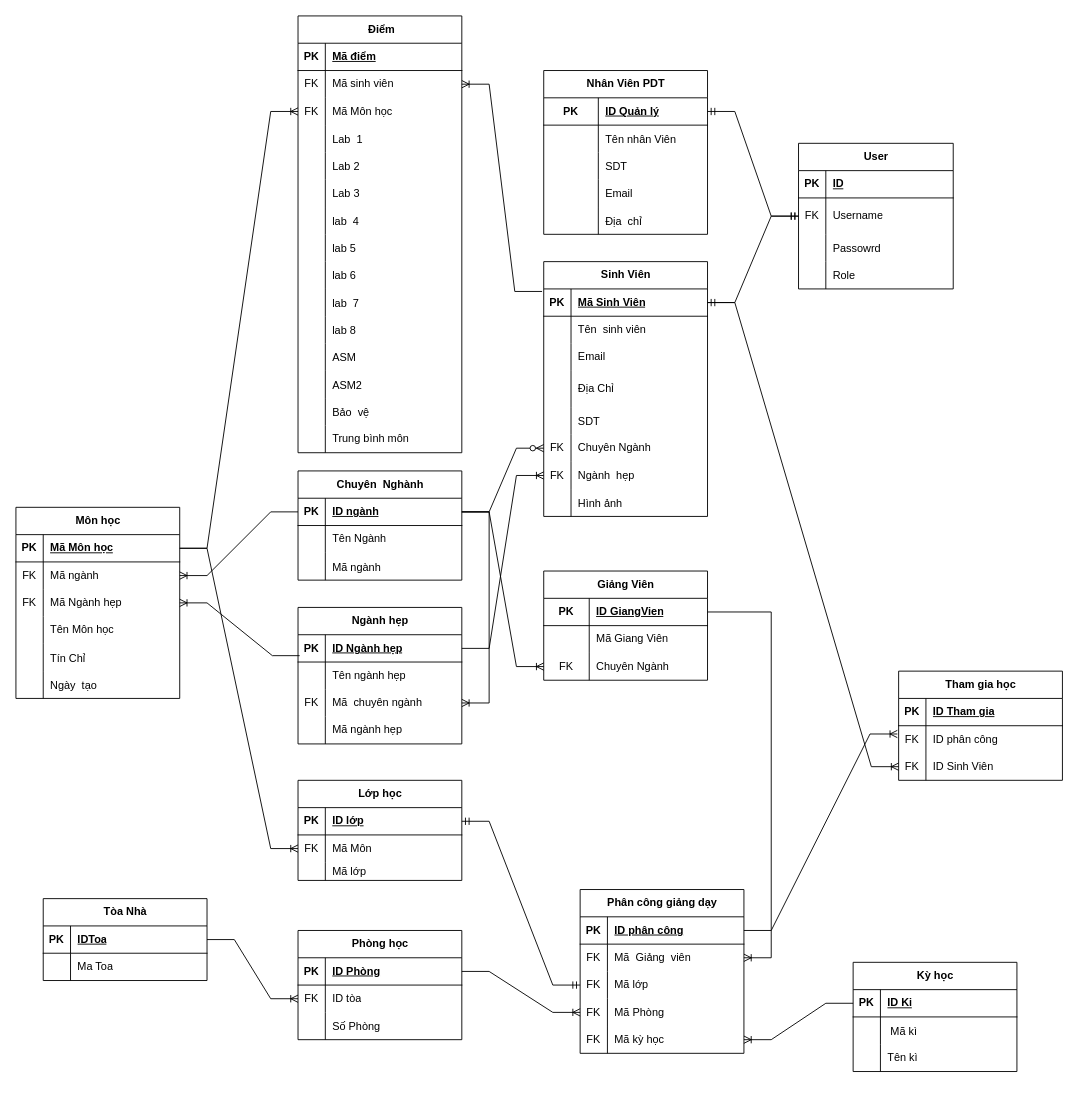
Earlier version of the draw.io diagram ASM_Java3/abc.drawio (Whitechan2077/SOF203). Source tidied: cells renumbered, new cells numbered last; positions are measured from the earlier drawing's top-left corner, leaving out a move shared by most shapes. Both pictures are drawn from the tidied source at 91%, with x=0, y=0 at pixel (15, 15).
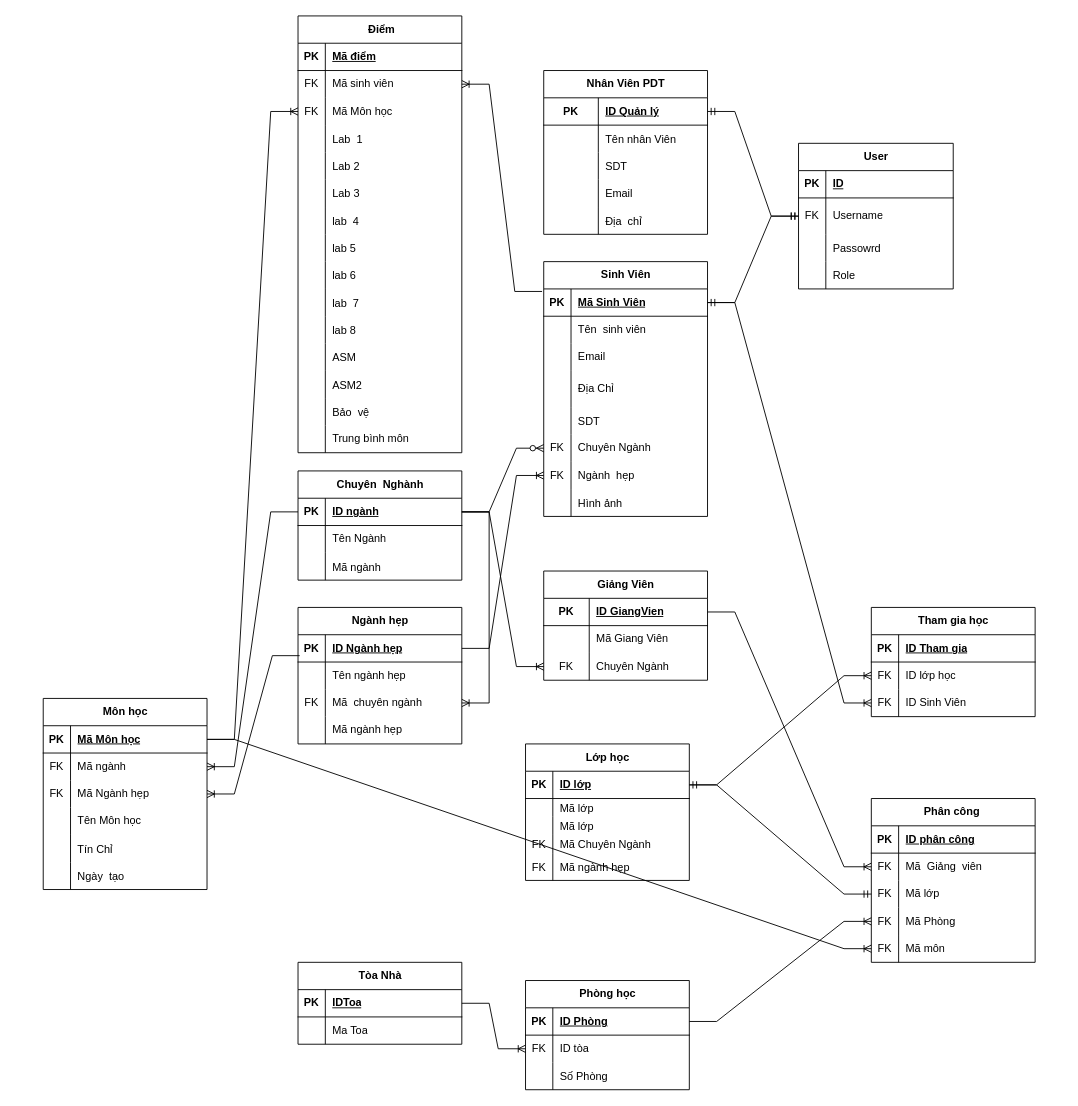
The same page after the edit.

The change refers to these unchanged cells:
```xml
<mxCell id="111" style="shape=tableRow;horizontal=0;startSize=0;swimlaneHead=0;swimlaneBody=0;fillColor=none;points=[[0,0.5],[1,0.5]];portConstraint=eastwest;top=0;left=0;right=0;bottom=1;" parent="110" vertex="1">
  <mxGeometry y="30" width="180" height="30" as="geometry" />
</mxCell>
<mxCell id="151" style="shape=tableRow;horizontal=0;startSize=0;swimlaneHead=0;swimlaneBody=0;fillColor=none;points=[[0,0.5],[1,0.5]];portConstraint=eastwest;top=0;left=0;right=0;bottom=1;" parent="150" vertex="1">
  <mxGeometry y="30" width="180" height="30" as="geometry" />
</mxCell>
<mxCell id="191" style="shape=tableRow;horizontal=0;startSize=0;swimlaneHead=0;swimlaneBody=0;fillColor=none;points=[[0,0.5],[1,0.5]];portConstraint=eastwest;top=0;left=0;right=0;bottom=1;" parent="190" vertex="1">
  <mxGeometry y="30" width="180" height="30" as="geometry" />
</mxCell>
<mxCell id="203" style="shape=tableRow;horizontal=0;startSize=0;swimlaneHead=0;swimlaneBody=0;fillColor=none;points=[[0,0.5],[1,0.5]];portConstraint=eastwest;top=0;left=0;right=0;bottom=0;" parent="190" vertex="1">
  <mxGeometry y="150" width="180" height="30" as="geometry" />
</mxCell>
<mxCell id="224" style="shape=tableRow;horizontal=0;startSize=0;swimlaneHead=0;swimlaneBody=0;fillColor=none;points=[[0,0.5],[1,0.5]];portConstraint=eastwest;top=0;left=0;right=0;bottom=0;" parent="220" vertex="1">
  <mxGeometry y="60" width="180" height="30" as="geometry" />
</mxCell>
```

What changed in the source:
```diff
@@
     <mxCell id="110" value="Môn học" style="shape=table;startSize=30;childLayout=tableLayout;rowLines=0;fontStyle=1;align=center;html=1;" parent="1" vertex="1">
-      <mxGeometry y="540" width="180" height="210" as="geometry" />
+      <mxGeometry x="30" y="750" width="180" height="210" as="geometry" />
     </mxCell>
@@
     <mxCell id="132" value="Tòa Nhà" style="shape=table;startSize=30;childLayout=tableLayout;rowLines=0;fontStyle=1;align=center;html=1;" parent="1" vertex="1">
-      <mxGeometry x="30" y="970" width="180" height="90" as="geometry" />
+      <mxGeometry x="310" y="1040" width="180" height="90" as="geometry" />
     </mxCell>
@@
     <mxCell id="139" value="Phòng học" style="shape=table;startSize=30;childLayout=tableLayout;rowLines=0;fontStyle=1;align=center;html=1;" parent="1" vertex="1">
-      <mxGeometry x="310" y="1005" width="180" height="120" as="geometry" />
+      <mxGeometry x="560" y="1060" width="180" height="120" as="geometry" />
     </mxCell>
@@
     <mxCell id="150" value="Lớp học" style="shape=table;startSize=30;childLayout=tableLayout;rowLines=0;fontStyle=1;align=center;html=1;" parent="1" vertex="1">
-      <mxGeometry x="310" y="840" width="180" height="110" as="geometry" />
+      <mxGeometry x="560" y="800" width="180" height="150" as="geometry" />
     </mxCell>
@@
-    <mxCell id="154" style="shape=tableRow;horizontal=0;startSize=0;swimlaneHead=0;swimlaneBody=0;fillColor=none;points=[[0,0.5],[1,0.5]];portConstraint=eastwest;top=0;left=0;right=0;bottom=0;" parent="150" vertex="1">
-      <mxGeometry y="60" width="180" height="30" as="geometry" />
-    </mxCell>
-    <mxCell id="155" value="FK" style="shape=partialRectangle;fillColor=none;top=0;left=0;bottom=0;right=0;overflow=hidden;whiteSpace=wrap;html=1;" parent="154" vertex="1">
-      <mxGeometry width="30" height="30" as="geometry" />
-    </mxCell>
-    <mxCell id="156" value="Mã Môn" style="shape=partialRectangle;fillColor=none;top=0;left=0;bottom=0;right=0;align=left;spacingLeft=6;overflow=hidden;whiteSpace=wrap;html=1;" parent="154" vertex="1">
-      <mxGeometry x="30" width="150" height="30" as="geometry" />
-    </mxCell>
+    <mxCell id="235" style="shape=tableRow;horizontal=0;startSize=0;swimlaneHead=0;swimlaneBody=0;fillColor=none;top=0;left=0;right=0;bottom=0;" parent="150" vertex="1">
+      <mxGeometry y="60" width="180" height="20" as="geometry" />
+    </mxCell>
+    <mxCell id="236" style="shape=partialRectangle;fillColor=none;top=0;left=0;bottom=0;right=0;overflow=hidden;" parent="235" vertex="1">
+      <mxGeometry width="30" height="20" as="geometry" />
+    </mxCell>
+    <mxCell id="237" value="Mã lớp" style="shape=partialRectangle;fillColor=none;top=0;left=0;bottom=0;right=0;align=left;spacingLeft=6;overflow=hidden;" parent="235" vertex="1">
+      <mxGeometry x="30" width="150" height="20" as="geometry" />
+    </mxCell>
+    <mxCell id="238" style="shape=tableRow;horizontal=0;startSize=0;swimlaneHead=0;swimlaneBody=0;fillColor=none;top=0;left=0;right=0;bottom=0;" parent="150" vertex="1">
+      <mxGeometry y="80" width="180" height="20" as="geometry" />
+    </mxCell>
+    <mxCell id="239" style="shape=partialRectangle;fillColor=none;top=0;left=0;bottom=0;right=0;overflow=hidden;" parent="238" vertex="1">
+      <mxGeometry width="30" height="20" as="geometry" />
+    </mxCell>
+    <mxCell id="240" value="Mã lớp" style="shape=partialRectangle;fillColor=none;top=0;left=0;bottom=0;right=0;align=left;spacingLeft=6;overflow=hidden;" parent="238" vertex="1">
+      <mxGeometry x="30" width="150" height="20" as="geometry" />
+    </mxCell>
     <mxCell id="157" style="shape=tableRow;horizontal=0;startSize=0;swimlaneHead=0;swimlaneBody=0;fillColor=none;top=0;left=0;right=0;bottom=0;" parent="150" vertex="1">
-      <mxGeometry y="90" width="180" height="20" as="geometry" />
+      <mxGeometry y="100" width="180" height="20" as="geometry" />
     </mxCell>
-    <mxCell id="158" style="shape=partialRectangle;fillColor=none;top=0;left=0;bottom=0;right=0;overflow=hidden;" parent="157" vertex="1">
+    <mxCell id="158" value="FK" style="shape=partialRectangle;fillColor=none;top=0;left=0;bottom=0;right=0;overflow=hidden;" parent="157" vertex="1">
       <mxGeometry width="30" height="20" as="geometry" />
     </mxCell>
-    <mxCell id="159" value="Mã lớp" style="shape=partialRectangle;fillColor=none;top=0;left=0;bottom=0;right=0;align=left;spacingLeft=6;overflow=hidden;" parent="157" vertex="1">
+    <mxCell id="159" value="Mã Chuyên Ngành" style="shape=partialRectangle;fillColor=none;top=0;left=0;bottom=0;right=0;align=left;spacingLeft=6;overflow=hidden;" parent="157" vertex="1">
       <mxGeometry x="30" width="150" height="20" as="geometry" />
     </mxCell>
-    <mxCell id="160" style="edgeStyle=entityRelationEdgeStyle;fontSize=12;html=1;endArrow=ERoneToMany;rounded=0;exitX=1;exitY=0.5;exitDx=0;exitDy=0;entryX=0;entryY=0.5;entryDx=0;entryDy=0;" parent="1" edge="1" source="111" target="154">
-      <mxGeometry relative="1" as="geometry" />
-    </mxCell>
+    <mxCell id="241" style="shape=tableRow;horizontal=0;startSize=0;swimlaneHead=0;swimlaneBody=0;fillColor=none;top=0;left=0;right=0;bottom=0;" parent="150" vertex="1">
+      <mxGeometry y="120" width="180" height="30" as="geometry" />
+    </mxCell>
+    <mxCell id="155" value="FK" style="shape=partialRectangle;fillColor=none;top=0;left=0;bottom=0;right=0;overflow=hidden;" parent="241" vertex="1">
+      <mxGeometry width="30" height="30" as="geometry" />
+    </mxCell>
+    <mxCell id="242" value="Mã ngành hẹp" style="shape=partialRectangle;fillColor=none;top=0;left=0;bottom=0;right=0;align=left;spacingLeft=6;overflow=hidden;" parent="241" vertex="1">
+      <mxGeometry x="30" width="150" height="30" as="geometry" />
+    </mxCell>
@@
-    <mxCell id="190" value="Phân công giảng dạy" style="shape=table;startSize=30;childLayout=tableLayout;rowLines=0;fontStyle=1;align=center;html=1;" parent="1" vertex="1">
-      <mxGeometry x="620" y="960" width="180" height="180" as="geometry" />
+    <mxCell id="190" value="Phân công&amp;nbsp;&lt;br&gt;" style="shape=table;startSize=30;childLayout=tableLayout;rowLines=0;fontStyle=1;align=center;html=1;" parent="1" vertex="1">
+      <mxGeometry x="940" y="860" width="180" height="180" as="geometry" />
     </mxCell>
@@
-    <mxCell id="205" value="Mã kỳ học" style="shape=partialRectangle;fillColor=none;top=0;left=0;bottom=0;right=0;align=left;spacingLeft=6;fontStyle=0;overflow=hidden;whiteSpace=wrap;html=1;" parent="203" vertex="1">
-      <mxGeometry x="30" width="150" height="30" as="geometry" />
-    </mxCell>
-    <mxCell id="206" value="Kỳ học" style="shape=table;startSize=30;childLayout=tableLayout;rowLines=0;fontStyle=1;align=center;html=1;" parent="1" vertex="1">
-      <mxGeometry x="920" y="1040" width="180" height="120" as="geometry" />
-    </mxCell>
-    <mxCell id="207" style="shape=tableRow;horizontal=0;startSize=0;swimlaneHead=0;swimlaneBody=0;fillColor=none;points=[[0,0.5],[1,0.5]];portConstraint=eastwest;top=0;left=0;right=0;bottom=1;" parent="206" vertex="1">
-      <mxGeometry y="30" width="180" height="30" as="geometry" />
-    </mxCell>
-    <mxCell id="208" value="PK" style="shape=partialRectangle;fillColor=none;top=0;left=0;bottom=0;right=0;fontStyle=1;overflow=hidden;whiteSpace=wrap;html=1;" parent="207" vertex="1">
-      <mxGeometry width="30" height="30" as="geometry" />
-    </mxCell>
-    <mxCell id="209" value="ID Ki" style="shape=partialRectangle;fillColor=none;top=0;left=0;bottom=0;right=0;align=left;spacingLeft=6;fontStyle=5;overflow=hidden;whiteSpace=wrap;html=1;" parent="207" vertex="1">
-      <mxGeometry x="30" width="150" height="30" as="geometry" />
-    </mxCell>
-    <mxCell id="210" style="shape=tableRow;horizontal=0;startSize=0;swimlaneHead=0;swimlaneBody=0;fillColor=none;top=0;left=0;right=0;bottom=0;" parent="206" vertex="1">
-      <mxGeometry y="60" width="180" height="30" as="geometry" />
-    </mxCell>
-    <mxCell id="211" style="shape=partialRectangle;fillColor=none;top=0;left=0;bottom=0;right=0;overflow=hidden;" parent="210" vertex="1">
-      <mxGeometry width="30" height="30" as="geometry" />
-    </mxCell>
-    <mxCell id="212" value=" Mã kì" style="shape=partialRectangle;fillColor=none;top=0;left=0;bottom=0;right=0;align=left;spacingLeft=6;overflow=hidden;" parent="210" vertex="1">
-      <mxGeometry x="30" width="150" height="30" as="geometry" />
-    </mxCell>
-    <mxCell id="213" style="shape=tableRow;horizontal=0;startSize=0;swimlaneHead=0;swimlaneBody=0;fillColor=none;top=0;left=0;right=0;bottom=0;" parent="206" vertex="1">
-      <mxGeometry y="90" width="180" height="30" as="geometry" />
-    </mxCell>
-    <mxCell id="214" style="shape=partialRectangle;fillColor=none;top=0;left=0;bottom=0;right=0;overflow=hidden;whiteSpace=wrap;html=1;" parent="213" vertex="1">
-      <mxGeometry width="30" height="30" as="geometry" />
-    </mxCell>
-    <mxCell id="215" value="Tên kì" style="shape=partialRectangle;fillColor=none;top=0;left=0;bottom=0;right=0;align=left;spacingLeft=6;overflow=hidden;whiteSpace=wrap;html=1;" parent="213" vertex="1">
-      <mxGeometry x="30" width="150" height="30" as="geometry" />
-    </mxCell>
+    <mxCell id="243" value="Mã môn" style="shape=partialRectangle;fillColor=none;top=0;left=0;bottom=0;right=0;align=left;spacingLeft=6;fontStyle=0;overflow=hidden;whiteSpace=wrap;html=1;" parent="203" vertex="1">
+      <mxGeometry x="30" width="150" height="30" as="geometry" />
+    </mxCell>
@@
-    <mxCell id="218" style="edgeStyle=entityRelationEdgeStyle;fontSize=12;html=1;endArrow=ERoneToMany;rounded=0;exitX=0;exitY=0.5;exitDx=0;exitDy=0;entryX=1;entryY=0.5;entryDx=0;entryDy=0;" parent="1" edge="1" source="207" target="203">
-      <mxGeometry relative="1" as="geometry" />
-    </mxCell>
@@
     <mxCell id="220" value="Tham gia học" style="shape=table;startSize=30;childLayout=tableLayout;rowLines=0;fontStyle=1;align=center;html=1;" parent="1" vertex="1">
-      <mxGeometry x="970" y="720" width="180" height="120" as="geometry" />
+      <mxGeometry x="940" y="650" width="180" height="120" as="geometry" />
     </mxCell>
@@
-    <mxCell id="226" value="ID phân công" style="shape=partialRectangle;fillColor=none;top=0;left=0;bottom=0;right=0;align=left;spacingLeft=6;overflow=hidden;whiteSpace=wrap;html=1;" parent="224" vertex="1">
+    <mxCell id="226" value="ID lớp học" style="shape=partialRectangle;fillColor=none;top=0;left=0;bottom=0;right=0;align=left;spacingLeft=6;overflow=hidden;whiteSpace=wrap;html=1;" parent="224" vertex="1">
       <mxGeometry x="30" width="150" height="30" as="geometry" />
     </mxCell>
@@
-    <mxCell id="230" style="edgeStyle=entityRelationEdgeStyle;fontSize=12;html=1;endArrow=ERoneToMany;rounded=0;exitX=1;exitY=0.5;exitDx=0;exitDy=0;entryX=-0.008;entryY=0.303;entryDx=0;entryDy=0;entryPerimeter=0;" parent="1" edge="1" source="191" target="224">
-      <mxGeometry relative="1" as="geometry" />
-    </mxCell>
@@
+    <mxCell id="244" style="edgeStyle=entityRelationEdgeStyle;fontSize=12;html=1;endArrow=ERoneToMany;rounded=0;exitX=1;exitY=0.5;exitDx=0;exitDy=0;" parent="1" edge="1" source="151" target="224">
+      <mxGeometry relative="1" as="geometry" />
+    </mxCell>
+    <mxCell id="245" style="edgeStyle=entityRelationEdgeStyle;fontSize=12;html=1;endArrow=ERoneToMany;rounded=0;" parent="1" edge="1" source="111" target="203">
+      <mxGeometry relative="1" as="geometry" />
+    </mxCell>
```
